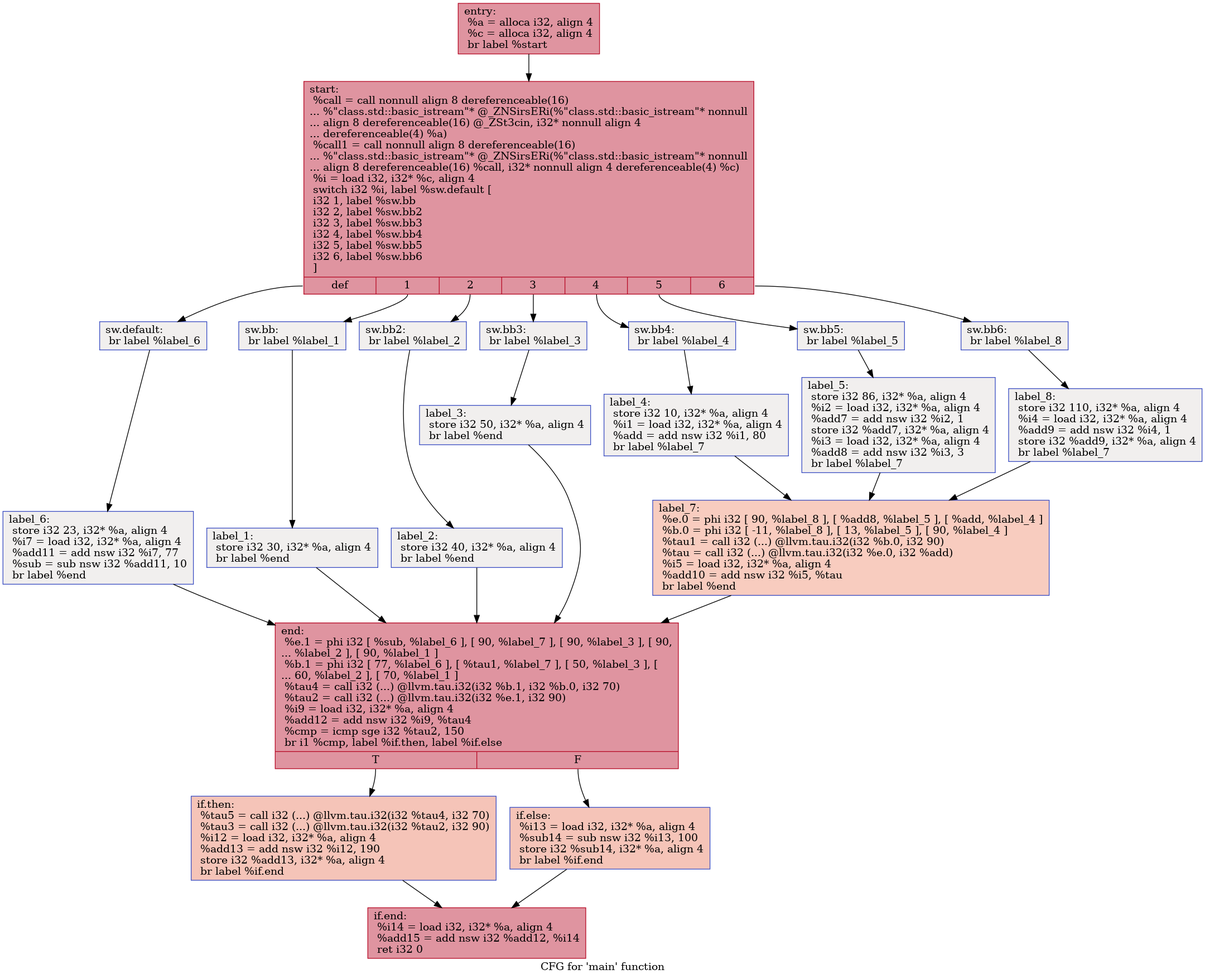
This is IR/cfg/afterHPSSA.dot.png from HPSSA-LLVM/HPSSA-LLVM, a Graphviz export, as it was before one commit. Its source is kept beside it as IR/cfg/afterHPSSA.dot.
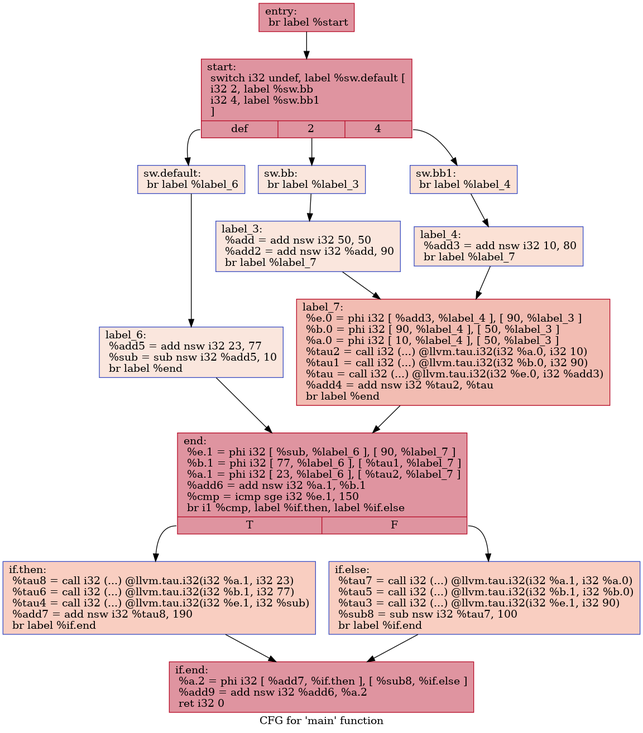
After the commit.

Change to the diagram source:
```diff
@@ -1,52 +1,32 @@
 digraph "CFG for 'main' function" {
 	label="CFG for 'main' function";
 
-	Node0x5627f367e760 [shape=record,color="#b70d28ff", style=filled, fillcolor="#b70d2870",label="{entry:\l  %a = alloca i32, align 4\l  %c = alloca i32, align 4\l  br label %start\l}"];
-	Node0x5627f367e760 -> Node0x5627f367e9b0;
-	Node0x5627f367e9b0 [shape=record,color="#b70d28ff", style=filled, fillcolor="#b70d2870",label="{start:                                            \l  %call = call nonnull align 8 dereferenceable(16)\l... %\"class.std::basic_istream\"* @_ZNSirsERi(%\"class.std::basic_istream\"* nonnull\l... align 8 dereferenceable(16) @_ZSt3cin, i32* nonnull align 4\l... dereferenceable(4) %a)\l  %call1 = call nonnull align 8 dereferenceable(16)\l... %\"class.std::basic_istream\"* @_ZNSirsERi(%\"class.std::basic_istream\"* nonnull\l... align 8 dereferenceable(16) %call, i32* nonnull align 4 dereferenceable(4) %c)\l  %i = load i32, i32* %c, align 4\l  switch i32 %i, label %sw.default [\l    i32 1, label %sw.bb\l    i32 2, label %sw.bb2\l    i32 3, label %sw.bb3\l    i32 4, label %sw.bb4\l    i32 5, label %sw.bb5\l    i32 6, label %sw.bb6\l  ]\l|{<s0>def|<s1>1|<s2>2|<s3>3|<s4>4|<s5>5|<s6>6}}"];
-	Node0x5627f367e9b0:s0 -> Node0x5627f367ee40;
-	Node0x5627f367e9b0:s1 -> Node0x5627f367ef20;
-	Node0x5627f367e9b0:s2 -> Node0x5627f367f020;
-	Node0x5627f367e9b0:s3 -> Node0x5627f367f120;
-	Node0x5627f367e9b0:s4 -> Node0x5627f367f220;
-	Node0x5627f367e9b0:s5 -> Node0x5627f367f320;
-	Node0x5627f367e9b0:s6 -> Node0x5627f367f5c0;
-	Node0x5627f367ef20 [shape=record,color="#3d50c3ff", style=filled, fillcolor="#e0dbd870",label="{sw.bb:                                            \l  br label %label_1\l}"];
-	Node0x5627f367ef20 -> Node0x5627f367f8b0;
-	Node0x5627f367f020 [shape=record,color="#3d50c3ff", style=filled, fillcolor="#e0dbd870",label="{sw.bb2:                                           \l  br label %label_2\l}"];
-	Node0x5627f367f020 -> Node0x5627f367f990;
-	Node0x5627f367f120 [shape=record,color="#3d50c3ff", style=filled, fillcolor="#e0dbd870",label="{sw.bb3:                                           \l  br label %label_3\l}"];
-	Node0x5627f367f120 -> Node0x5627f367fa70;
-	Node0x5627f367f220 [shape=record,color="#3d50c3ff", style=filled, fillcolor="#e0dbd870",label="{sw.bb4:                                           \l  br label %label_4\l}"];
-	Node0x5627f367f220 -> Node0x5627f367fb50;
-	Node0x5627f367f320 [shape=record,color="#3d50c3ff", style=filled, fillcolor="#e0dbd870",label="{sw.bb5:                                           \l  br label %label_5\l}"];
-	Node0x5627f367f320 -> Node0x5627f367fc30;
-	Node0x5627f367f5c0 [shape=record,color="#3d50c3ff", style=filled, fillcolor="#e0dbd870",label="{sw.bb6:                                           \l  br label %label_8\l}"];
-	Node0x5627f367f5c0 -> Node0x5627f367fd10;
-	Node0x5627f367ee40 [shape=record,color="#3d50c3ff", style=filled, fillcolor="#e0dbd870",label="{sw.default:                                       \l  br label %label_6\l}"];
-	Node0x5627f367ee40 -> Node0x5627f367fdf0;
-	Node0x5627f367f8b0 [shape=record,color="#3d50c3ff", style=filled, fillcolor="#e0dbd870",label="{label_1:                                          \l  store i32 30, i32* %a, align 4\l  br label %end\l}"];
-	Node0x5627f367f8b0 -> Node0x5627f367ff90;
-	Node0x5627f367f990 [shape=record,color="#3d50c3ff", style=filled, fillcolor="#e0dbd870",label="{label_2:                                          \l  store i32 40, i32* %a, align 4\l  br label %end\l}"];
-	Node0x5627f367f990 -> Node0x5627f367ff90;
-	Node0x5627f367fa70 [shape=record,color="#3d50c3ff", style=filled, fillcolor="#e0dbd870",label="{label_3:                                          \l  store i32 50, i32* %a, align 4\l  br label %end\l}"];
-	Node0x5627f367fa70 -> Node0x5627f367ff90;
-	Node0x5627f367fb50 [shape=record,color="#3d50c3ff", style=filled, fillcolor="#e0dbd870",label="{label_4:                                          \l  store i32 10, i32* %a, align 4\l  %i1 = load i32, i32* %a, align 4\l  %add = add nsw i32 %i1, 80\l  br label %label_7\l}"];
-	Node0x5627f367fb50 -> Node0x5627f3680500;
-	Node0x5627f367fc30 [shape=record,color="#3d50c3ff", style=filled, fillcolor="#e0dbd870",label="{label_5:                                          \l  store i32 86, i32* %a, align 4\l  %i2 = load i32, i32* %a, align 4\l  %add7 = add nsw i32 %i2, 1\l  store i32 %add7, i32* %a, align 4\l  %i3 = load i32, i32* %a, align 4\l  %add8 = add nsw i32 %i3, 3\l  br label %label_7\l}"];
-	Node0x5627f367fc30 -> Node0x5627f3680500;
-	Node0x5627f367fd10 [shape=record,color="#3d50c3ff", style=filled, fillcolor="#e0dbd870",label="{label_8:                                          \l  store i32 110, i32* %a, align 4\l  %i4 = load i32, i32* %a, align 4\l  %add9 = add nsw i32 %i4, 1\l  store i32 %add9, i32* %a, align 4\l  br label %label_7\l}"];
-	Node0x5627f367fd10 -> Node0x5627f3680500;
-	Node0x5627f3680500 [shape=record,color="#3d50c3ff", style=filled, fillcolor="#f08b6e70",label="{label_7:                                          \l  %e.0 = phi i32 [ 90, %label_8 ], [ %add8, %label_5 ], [ %add, %label_4 ]\l  %b.0 = phi i32 [ -11, %label_8 ], [ 13, %label_5 ], [ 90, %label_4 ]\l  %tau1 = call i32 (...) @llvm.tau.i32(i32 %b.0, i32 90)\l  %tau = call i32 (...) @llvm.tau.i32(i32 %e.0, i32 %add)\l  %i5 = load i32, i32* %a, align 4\l  %add10 = add nsw i32 %i5, %tau\l  br label %end\l}"];
-	Node0x5627f3680500 -> Node0x5627f367ff90;
-	Node0x5627f367fdf0 [shape=record,color="#3d50c3ff", style=filled, fillcolor="#e0dbd870",label="{label_6:                                          \l  store i32 23, i32* %a, align 4\l  %i7 = load i32, i32* %a, align 4\l  %add11 = add nsw i32 %i7, 77\l  %sub = sub nsw i32 %add11, 10\l  br label %end\l}"];
-	Node0x5627f367fdf0 -> Node0x5627f367ff90;
-	Node0x5627f367ff90 [shape=record,color="#b70d28ff", style=filled, fillcolor="#b70d2870",label="{end:                                              \l  %e.1 = phi i32 [ %sub, %label_6 ], [ 90, %label_7 ], [ 90, %label_3 ], [ 90,\l... %label_2 ], [ 90, %label_1 ]\l  %b.1 = phi i32 [ 77, %label_6 ], [ %tau1, %label_7 ], [ 50, %label_3 ], [\l... 60, %label_2 ], [ 70, %label_1 ]\l  %tau4 = call i32 (...) @llvm.tau.i32(i32 %b.1, i32 %b.0, i32 70)\l  %tau2 = call i32 (...) @llvm.tau.i32(i32 %e.1, i32 90)\l  %i9 = load i32, i32* %a, align 4\l  %add12 = add nsw i32 %i9, %tau4\l  %cmp = icmp sge i32 %tau2, 150\l  br i1 %cmp, label %if.then, label %if.else\l|{<s0>T|<s1>F}}"];
-	Node0x5627f367ff90:s0 -> Node0x5627f3682980;
-	Node0x5627f367ff90:s1 -> Node0x5627f36829f0;
-	Node0x5627f3682980 [shape=record,color="#3d50c3ff", style=filled, fillcolor="#e97a5f70",label="{if.then:                                          \l  %tau5 = call i32 (...) @llvm.tau.i32(i32 %tau4, i32 70)\l  %tau3 = call i32 (...) @llvm.tau.i32(i32 %tau2, i32 90)\l  %i12 = load i32, i32* %a, align 4\l  %add13 = add nsw i32 %i12, 190\l  store i32 %add13, i32* %a, align 4\l  br label %if.end\l}"];
-	Node0x5627f3682980 -> Node0x5627f3683590;
-	Node0x5627f36829f0 [shape=record,color="#3d50c3ff", style=filled, fillcolor="#e97a5f70",label="{if.else:                                          \l  %i13 = load i32, i32* %a, align 4\l  %sub14 = sub nsw i32 %i13, 100\l  store i32 %sub14, i32* %a, align 4\l  br label %if.end\l}"];
-	Node0x5627f36829f0 -> Node0x5627f3683590;
-	Node0x5627f3683590 [shape=record,color="#b70d28ff", style=filled, fillcolor="#b70d2870",label="{if.end:                                           \l  %i14 = load i32, i32* %a, align 4\l  %add15 = add nsw i32 %add12, %i14\l  ret i32 0\l}"];
+	Node0x558de6902cd0 [shape=record,color="#b70d28ff", style=filled, fillcolor="#b70d2870",label="{entry:\l  br label %start\l}"];
+	Node0x558de6902cd0 -> Node0x558de6902e00;
+	Node0x558de6902e00 [shape=record,color="#b70d28ff", style=filled, fillcolor="#b70d2870",label="{start:                                            \l  switch i32 undef, label %sw.default [\l    i32 2, label %sw.bb\l    i32 4, label %sw.bb1\l  ]\l|{<s0>def|<s1>2|<s2>4}}"];
+	Node0x558de6902e00:s0 -> Node0x558de6903310;
+	Node0x558de6902e00:s1 -> Node0x558de6903390;
+	Node0x558de6902e00:s2 -> Node0x558de6903430;
+	Node0x558de6903390 [shape=record,color="#3d50c3ff", style=filled, fillcolor="#f3c7b170",label="{sw.bb:                                            \l  br label %label_3\l}"];
+	Node0x558de6903390 -> Node0x558de69035c0;
+	Node0x558de6903430 [shape=record,color="#3d50c3ff", style=filled, fillcolor="#f7bca170",label="{sw.bb1:                                           \l  br label %label_4\l}"];
+	Node0x558de6903430 -> Node0x558de69036a0;
+	Node0x558de6903310 [shape=record,color="#3d50c3ff", style=filled, fillcolor="#f3c7b170",label="{sw.default:                                       \l  br label %label_6\l}"];
+	Node0x558de6903310 -> Node0x558de6903780;
+	Node0x558de69035c0 [shape=record,color="#3d50c3ff", style=filled, fillcolor="#f3c7b170",label="{label_3:                                          \l  %add = add nsw i32 50, 50\l  %add2 = add nsw i32 %add, 90\l  br label %label_7\l}"];
+	Node0x558de69035c0 -> Node0x558de6903a20;
+	Node0x558de69036a0 [shape=record,color="#3d50c3ff", style=filled, fillcolor="#f7bca170",label="{label_4:                                          \l  %add3 = add nsw i32 10, 80\l  br label %label_7\l}"];
+	Node0x558de69036a0 -> Node0x558de6903a20;
+	Node0x558de6903a20 [shape=record,color="#b70d28ff", style=filled, fillcolor="#e1675170",label="{label_7:                                          \l  %e.0 = phi i32 [ %add3, %label_4 ], [ 90, %label_3 ]\l  %b.0 = phi i32 [ 90, %label_4 ], [ 50, %label_3 ]\l  %a.0 = phi i32 [ 10, %label_4 ], [ 50, %label_3 ]\l  %tau2 = call i32 (...) @llvm.tau.i32(i32 %a.0, i32 10)\l  %tau1 = call i32 (...) @llvm.tau.i32(i32 %b.0, i32 90)\l  %tau = call i32 (...) @llvm.tau.i32(i32 %e.0, i32 %add3)\l  %add4 = add nsw i32 %tau2, %tau\l  br label %end\l}"];
+	Node0x558de6903a20 -> Node0x558de6904530;
+	Node0x558de6903780 [shape=record,color="#3d50c3ff", style=filled, fillcolor="#f3c7b170",label="{label_6:                                          \l  %add5 = add nsw i32 23, 77\l  %sub = sub nsw i32 %add5, 10\l  br label %end\l}"];
+	Node0x558de6903780 -> Node0x558de6904530;
+	Node0x558de6904530 [shape=record,color="#b70d28ff", style=filled, fillcolor="#b70d2870",label="{end:                                              \l  %e.1 = phi i32 [ %sub, %label_6 ], [ 90, %label_7 ]\l  %b.1 = phi i32 [ 77, %label_6 ], [ %tau1, %label_7 ]\l  %a.1 = phi i32 [ 23, %label_6 ], [ %tau2, %label_7 ]\l  %add6 = add nsw i32 %a.1, %b.1\l  %cmp = icmp sge i32 %e.1, 150\l  br i1 %cmp, label %if.then, label %if.else\l|{<s0>T|<s1>F}}"];
+	Node0x558de6904530:s0 -> Node0x558de6904f00;
+	Node0x558de6904530:s1 -> Node0x558de6904fd0;
+	Node0x558de6904f00 [shape=record,color="#3d50c3ff", style=filled, fillcolor="#f2907270",label="{if.then:                                          \l  %tau8 = call i32 (...) @llvm.tau.i32(i32 %a.1, i32 23)\l  %tau6 = call i32 (...) @llvm.tau.i32(i32 %b.1, i32 77)\l  %tau4 = call i32 (...) @llvm.tau.i32(i32 %e.1, i32 %sub)\l  %add7 = add nsw i32 %tau8, 190\l  br label %if.end\l}"];
+	Node0x558de6904f00 -> Node0x558de69055c0;
+	Node0x558de6904fd0 [shape=record,color="#3d50c3ff", style=filled, fillcolor="#f2907270",label="{if.else:                                          \l  %tau7 = call i32 (...) @llvm.tau.i32(i32 %a.1, i32 %a.0)\l  %tau5 = call i32 (...) @llvm.tau.i32(i32 %b.1, i32 %b.0)\l  %tau3 = call i32 (...) @llvm.tau.i32(i32 %e.1, i32 90)\l  %sub8 = sub nsw i32 %tau7, 100\l  br label %if.end\l}"];
+	Node0x558de6904fd0 -> Node0x558de69055c0;
+	Node0x558de69055c0 [shape=record,color="#b70d28ff", style=filled, fillcolor="#b70d2870",label="{if.end:                                           \l  %a.2 = phi i32 [ %add7, %if.then ], [ %sub8, %if.else ]\l  %add9 = add nsw i32 %add6, %a.2\l  ret i32 0\l}"];
 }
```
